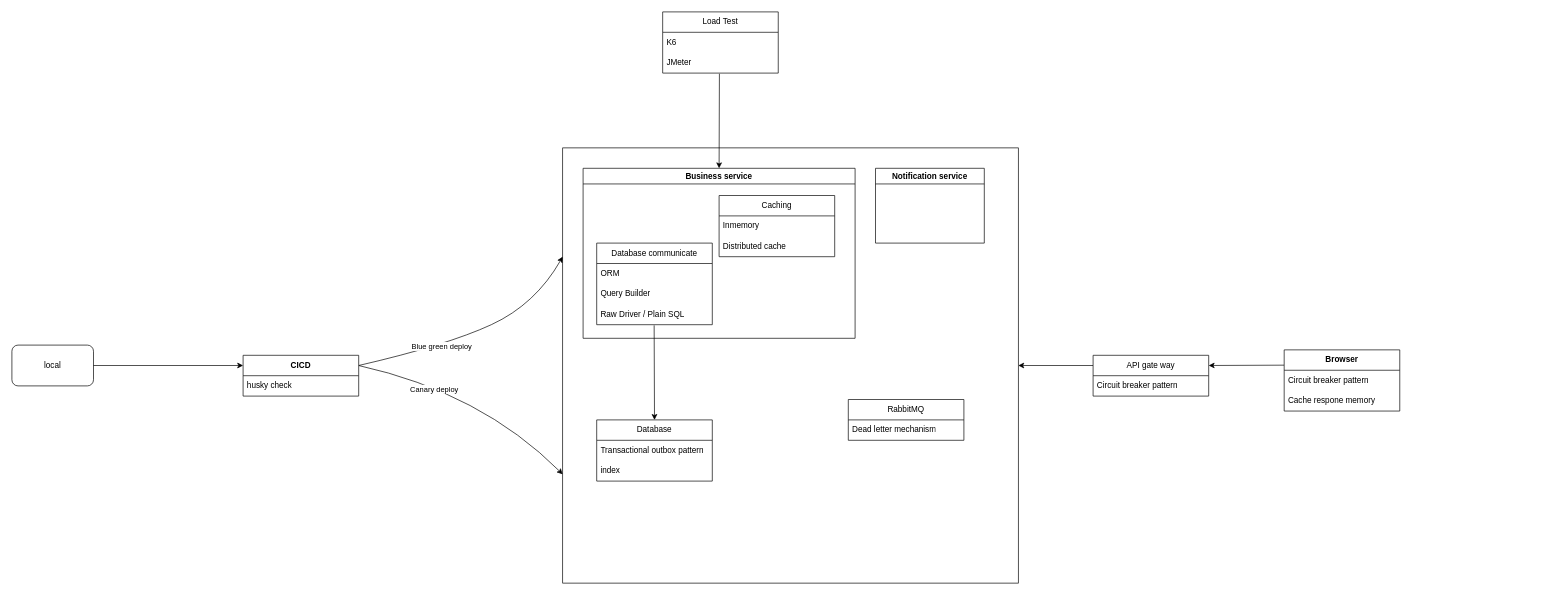
Earlier version of the draw.io diagram backend-architechture.drawio (ntrong2009/diagrams). Source tidied: cells renumbered, new cells numbered last; positions are measured from the earlier drawing's top-left corner, leaving out a move shared by most shapes. Both pictures are drawn from the tidied source at 68%, with x=0, y=0 at pixel (12, 12).
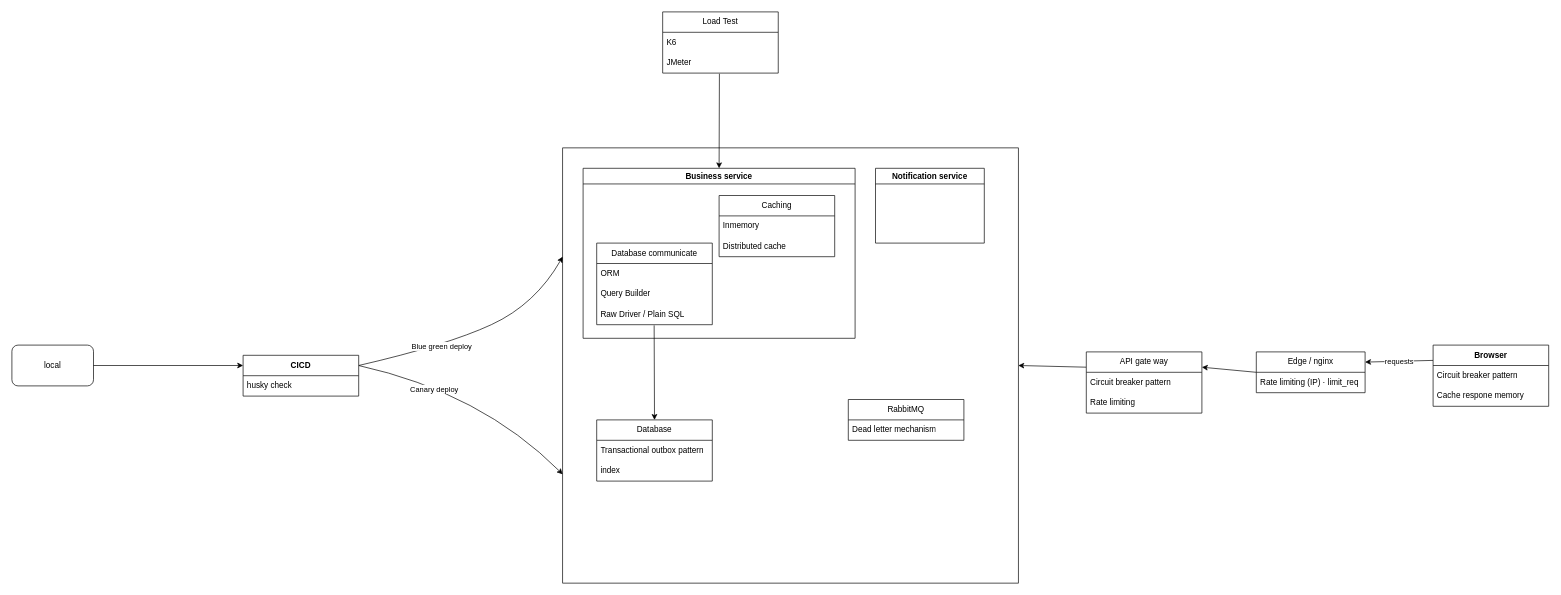
The same page after the edit.

Diff of the diagram source:
```diff
@@
-    <mxCell id="7" style="endArrow=classic;html=1;exitX=0;exitY=0.25;exitDx=0;exitDy=0;entryX=1;entryY=0.25;entryDx=0;entryDy=0;" parent="1" edge="1" source="24" target="20">
+    <mxCell id="7" value="requests" style="endArrow=classic;html=1;exitX=0;exitY=0.25;exitDx=0;exitDy=0;entryX=1;entryY=0.25;entryDx=0;entryDy=0;" parent="1" edge="1" source="24" target="38">
       <mxGeometry relative="1" as="geometry" />
     </mxCell>
@@
     <mxCell id="20" value="&lt;span style=&quot;color: rgb(0, 0, 0);&quot;&gt;API gate way&lt;/span&gt;" style="swimlane;fontStyle=0;horizontal=1;startSize=30;whiteSpace=wrap;html=1;" parent="1" vertex="1">
-      <mxGeometry x="1590" y="505" width="170" height="60" as="geometry" />
+      <mxGeometry x="1580" y="500" width="170" height="90" as="geometry" />
     </mxCell>
@@
+    <mxCell id="37" value="Rate limiting" style="text;align=left;verticalAlign=middle;spacingLeft=4;spacingRight=4;overflow=hidden;fontStyle=0;whiteSpace=wrap;html=1;" parent="20" vertex="1">
+      <mxGeometry y="60" width="170" height="30" as="geometry" />
+    </mxCell>
@@
     <mxCell id="24" value="&lt;span style=&quot;color: rgb(0, 0, 0); font-weight: 700;&quot;&gt;Browser&lt;/span&gt;" style="swimlane;fontStyle=0;horizontal=1;startSize=30;whiteSpace=wrap;html=1;" parent="1" vertex="1">
-      <mxGeometry x="1871" y="497" width="170" height="90" as="geometry" />
+      <mxGeometry x="2090" y="490" width="170" height="90" as="geometry" />
     </mxCell>
@@
+    <mxCell id="38" value="Edge / nginx" style="swimlane;fontStyle=0;horizontal=1;startSize=30;whiteSpace=wrap;html=1;" parent="1" vertex="1">
+      <mxGeometry x="1830" y="500" width="160" height="60" as="geometry" />
+    </mxCell>
+    <mxCell id="39" value="Rate limiting (IP) · limit_req" style="text;strokeColor=none;fillColor=none;align=left;verticalAlign=middle;spacingLeft=4;spacingRight=4;overflow=hidden;whiteSpace=wrap;html=1;" parent="38" vertex="1">
+      <mxGeometry y="30" width="160" height="30" as="geometry" />
+    </mxCell>
+    <mxCell id="40" style="endArrow=classic;html=1;exitX=0;exitY=0.5;exitDx=0;exitDy=0;entryX=1;entryY=0.25;entryDx=0;entryDy=0;" parent="1" edge="1" source="38" target="20">
+      <mxGeometry relative="1" as="geometry" />
+    </mxCell>
```
